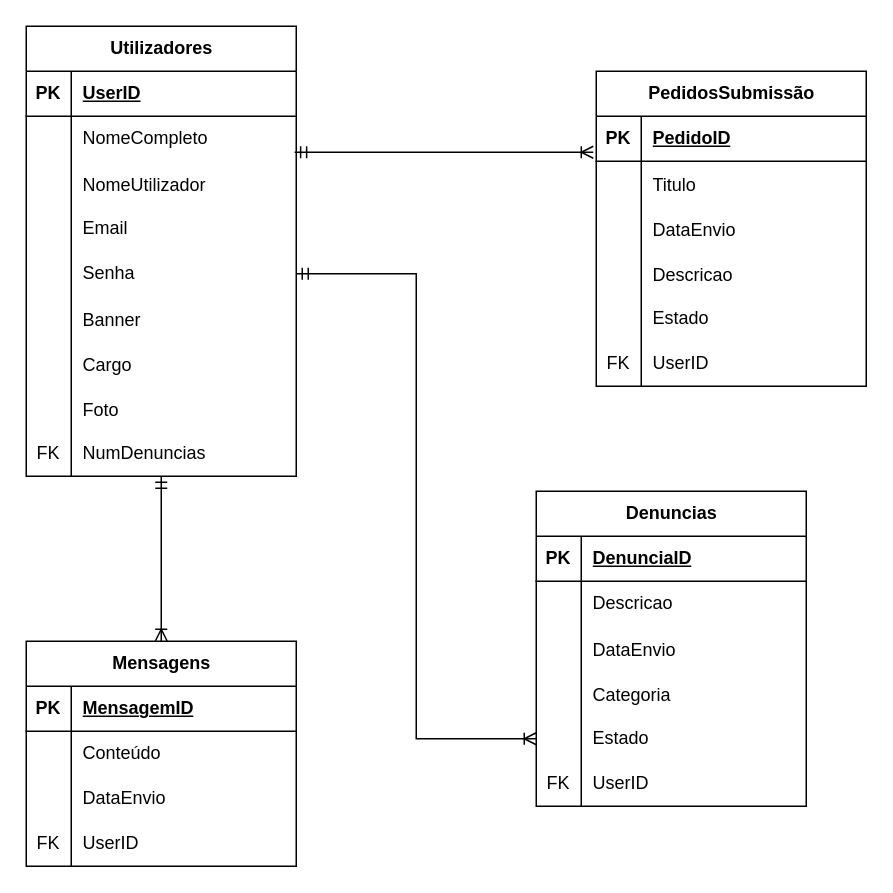
Before: page "Modelo relacional" (2 of 2) of Drawio/Casos_de_Uso.drawio in henriqueolivgp/Plataforma-De-Denuncias-De-Ciberataques, a draw.io diagram. Source tidied: cells renumbered, new cells numbered last; positions are measured from the earlier drawing's top-left corner, leaving out a move shared by most shapes. Both pictures are drawn from the tidied source at 150%, with x=0, y=0 at pixel (26, 26).
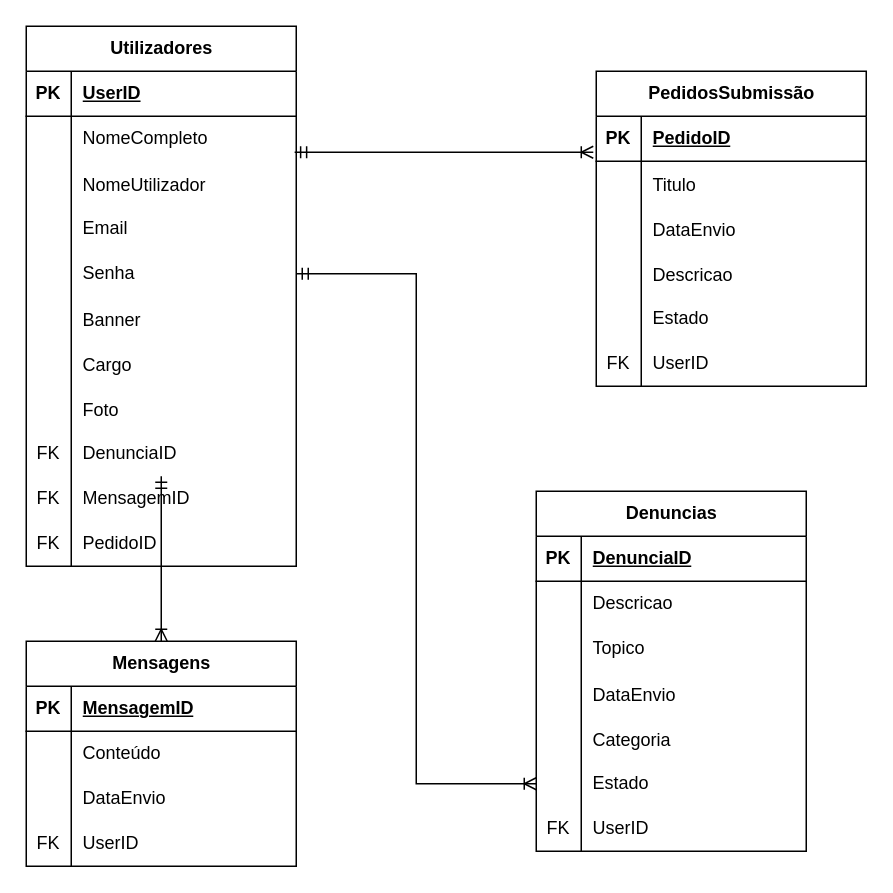
After the change.

Commit message (it also covers changes not shown here):
casos de uso e relatorio

Unchanged cells that the change refers to:
```xml
<mxCell id="27" style="shape=tableRow;horizontal=0;startSize=0;swimlaneHead=0;swimlaneBody=0;fillColor=none;top=0;left=0;right=0;bottom=0;" parent="2" vertex="1">
  <mxGeometry y="270" width="180" height="30" as="geometry" />
</mxCell>
```

The edit, as a diff of the source:
```diff
@@
     <mxCell id="2" value="Utilizadores" style="shape=table;startSize=30;childLayout=tableLayout;rowLines=0;fontStyle=1;align=center;html=1;" parent="1" vertex="1">
-      <mxGeometry width="180" height="300" as="geometry" />
+      <mxGeometry width="180" height="360" as="geometry" />
     </mxCell>
@@
-    <mxCell id="29" value="NumDenuncias" style="shape=partialRectangle;fillColor=none;top=0;left=0;bottom=0;right=0;align=left;spacingLeft=6;fontStyle=0;overflow=hidden;whiteSpace=wrap;html=1;" parent="27" vertex="1">
+    <mxCell id="29" value="DenunciaID" style="shape=partialRectangle;fillColor=none;top=0;left=0;bottom=0;right=0;align=left;spacingLeft=6;fontStyle=0;overflow=hidden;whiteSpace=wrap;html=1;" parent="27" vertex="1">
       <mxGeometry x="30" width="150" height="30" as="geometry" />
     </mxCell>
+    <mxCell id="84" style="shape=tableRow;horizontal=0;startSize=0;swimlaneHead=0;swimlaneBody=0;fillColor=none;top=0;left=0;right=0;bottom=0;" parent="2" vertex="1">
+      <mxGeometry y="300" width="180" height="30" as="geometry" />
+    </mxCell>
+    <mxCell id="85" value="FK" style="shape=partialRectangle;fillColor=none;top=0;left=0;bottom=0;right=0;fontStyle=0;overflow=hidden;whiteSpace=wrap;html=1;" parent="84" vertex="1">
+      <mxGeometry width="30" height="30" as="geometry" />
+    </mxCell>
+    <mxCell id="86" value="MensagemID" style="shape=partialRectangle;fillColor=none;top=0;left=0;bottom=0;right=0;align=left;spacingLeft=6;fontStyle=0;overflow=hidden;whiteSpace=wrap;html=1;" parent="84" vertex="1">
+      <mxGeometry x="30" width="150" height="30" as="geometry" />
+    </mxCell>
+    <mxCell id="87" style="shape=tableRow;horizontal=0;startSize=0;swimlaneHead=0;swimlaneBody=0;fillColor=none;top=0;left=0;right=0;bottom=0;" parent="2" vertex="1">
+      <mxGeometry y="330" width="180" height="30" as="geometry" />
+    </mxCell>
+    <mxCell id="88" value="FK" style="shape=partialRectangle;fillColor=none;top=0;left=0;bottom=0;right=0;fontStyle=0;overflow=hidden;whiteSpace=wrap;html=1;" parent="87" vertex="1">
+      <mxGeometry width="30" height="30" as="geometry" />
+    </mxCell>
+    <mxCell id="89" value="PedidoID" style="shape=partialRectangle;fillColor=none;top=0;left=0;bottom=0;right=0;align=left;spacingLeft=6;fontStyle=0;overflow=hidden;whiteSpace=wrap;html=1;" parent="87" vertex="1">
+      <mxGeometry x="30" width="150" height="30" as="geometry" />
+    </mxCell>
@@
     <mxCell id="62" value="Denuncias" style="shape=table;startSize=30;childLayout=tableLayout;rowLines=0;fontStyle=1;align=center;html=1;" parent="1" vertex="1">
-      <mxGeometry x="340" y="310" width="180" height="210" as="geometry" />
+      <mxGeometry x="340" y="310" width="180" height="240" as="geometry" />
     </mxCell>
@@
+    <mxCell id="90" style="shape=tableRow;horizontal=0;startSize=0;swimlaneHead=0;swimlaneBody=0;fillColor=none;top=0;left=0;right=0;bottom=0;" parent="62" vertex="1">
+      <mxGeometry y="90" width="180" height="30" as="geometry" />
+    </mxCell>
+    <mxCell id="91" style="shape=partialRectangle;fillColor=none;top=0;left=0;bottom=0;right=0;overflow=hidden;whiteSpace=wrap;html=1;" parent="90" vertex="1">
+      <mxGeometry width="30" height="30" as="geometry" />
+    </mxCell>
+    <mxCell id="92" value="Topico" style="shape=partialRectangle;fillColor=none;top=0;left=0;bottom=0;right=0;align=left;spacingLeft=6;overflow=hidden;whiteSpace=wrap;html=1;" parent="90" vertex="1">
+      <mxGeometry x="30" width="150" height="30" as="geometry" />
+    </mxCell>
     <mxCell id="69" style="shape=tableRow;horizontal=0;startSize=0;swimlaneHead=0;swimlaneBody=0;fillColor=none;top=0;left=0;right=0;bottom=0;" parent="62" vertex="1">
-      <mxGeometry y="90" width="180" height="30" as="geometry" />
+      <mxGeometry y="120" width="180" height="30" as="geometry" />
     </mxCell>
@@
     <mxCell id="72" style="shape=tableRow;horizontal=0;startSize=0;swimlaneHead=0;swimlaneBody=0;fillColor=none;top=0;left=0;right=0;bottom=0;" parent="62" vertex="1">
-      <mxGeometry y="120" width="180" height="30" as="geometry" />
+      <mxGeometry y="150" width="180" height="30" as="geometry" />
     </mxCell>
@@
     <mxCell id="75" style="shape=tableRow;horizontal=0;startSize=0;swimlaneHead=0;swimlaneBody=0;fillColor=none;points=[[0,0.5],[1,0.5]];portConstraint=eastwest;top=0;left=0;right=0;bottom=0;" parent="62" vertex="1">
-      <mxGeometry y="150" width="180" height="30" as="geometry" />
+      <mxGeometry y="180" width="180" height="30" as="geometry" />
     </mxCell>
@@
     <mxCell id="78" style="shape=tableRow;horizontal=0;startSize=0;swimlaneHead=0;swimlaneBody=0;fillColor=none;top=0;left=0;right=0;bottom=0;" parent="62" vertex="1">
-      <mxGeometry y="180" width="180" height="30" as="geometry" />
+      <mxGeometry y="210" width="180" height="30" as="geometry" />
     </mxCell>
```
